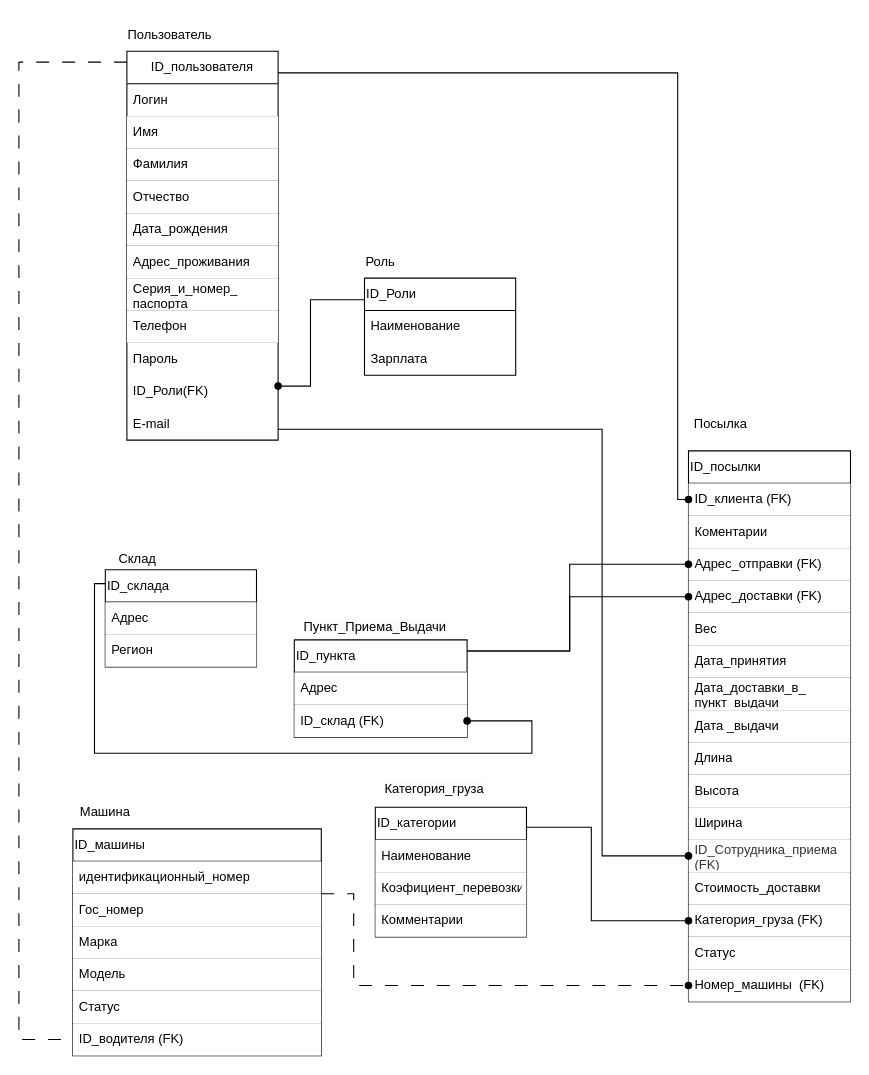
Hromt4ik/kursachHromtsov keeps this draw.io diagram as 20231127_3.drawio. Above is the earlier version. Source tidied: cells renumbered, new cells numbered last; positions are measured from the earlier drawing's top-left corner, leaving out a move shared by most shapes. Both pictures are drawn from the tidied source at 108%, with x=0, y=0 at pixel (18, 18).
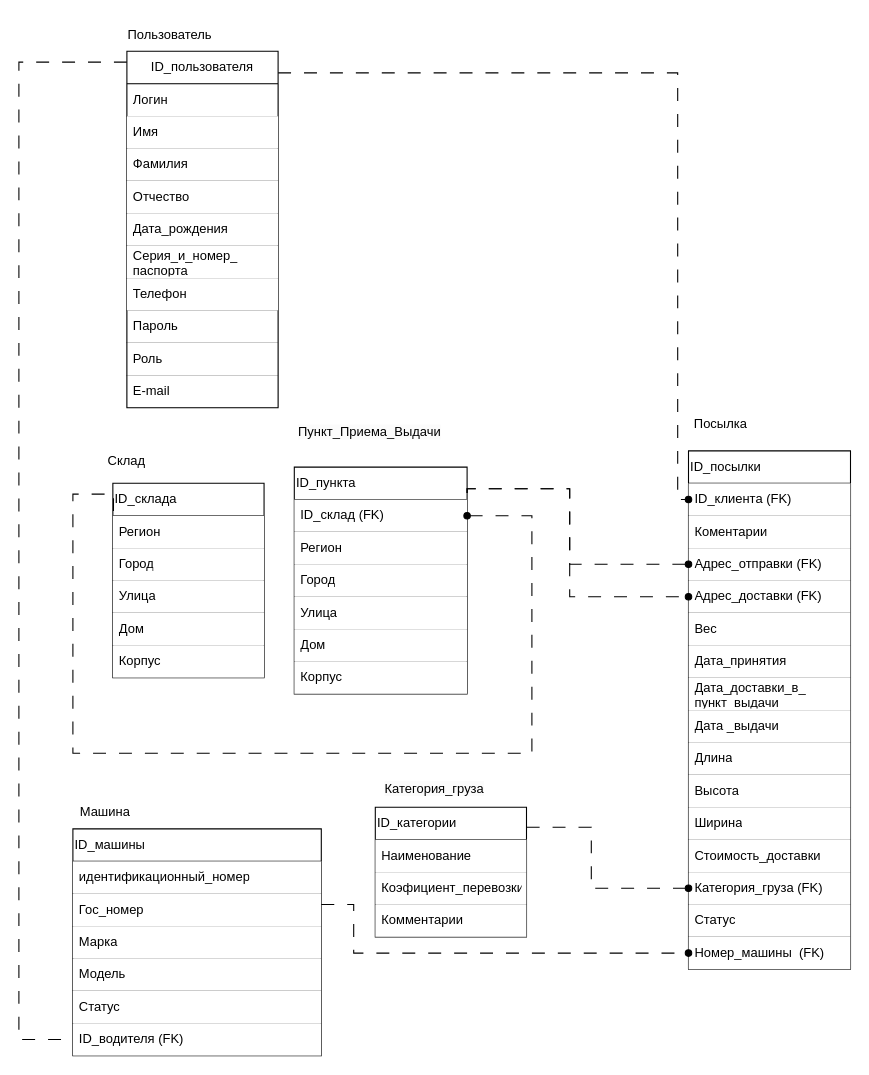
The same page after the edit.

The change refers to these unchanged cells:
```xml
<mxCell id="6" value="ID_клиента (FK)" style="text;strokeColor=#000000;fillColor=#FFFFFF;align=left;verticalAlign=middle;spacingLeft=4;spacingRight=4;overflow=hidden;points=[[0,0.5],[1,0.5]];portConstraint=eastwest;whiteSpace=wrap;html=1;strokeWidth=0;" parent="5" vertex="1">
  <mxGeometry y="30" width="150" height="30" as="geometry" />
</mxCell>
<mxCell id="8" value="Адрес_отправки (FK)" style="text;strokeColor=#000000;fillColor=#FFFFFF;align=left;verticalAlign=middle;spacingLeft=4;spacingRight=4;overflow=hidden;points=[[0,0.5],[1,0.5]];portConstraint=eastwest;whiteSpace=wrap;html=1;strokeWidth=0;" parent="5" vertex="1">
  <mxGeometry y="90" width="150" height="30" as="geometry" />
</mxCell>
<mxCell id="9" value="Адрес_доставки (FK)" style="text;strokeColor=#000000;fillColor=#FFFFFF;align=left;verticalAlign=middle;spacingLeft=4;spacingRight=4;overflow=hidden;points=[[0,0.5],[1,0.5]];portConstraint=eastwest;whiteSpace=wrap;html=1;strokeWidth=0;" parent="5" vertex="1">
  <mxGeometry y="120" width="150" height="30" as="geometry" />
</mxCell>
<mxCell id="25" value="ID_машины" style="swimlane;fontStyle=0;horizontal=1;startSize=30;whiteSpace=wrap;html=1;fillColor=#FFFFFF;strokeColor=#000000;align=left;" parent="1" vertex="1">
  <mxGeometry x="50" y="750" width="230" height="210" as="geometry" />
</mxCell>
<mxCell id="32" value="ID_категории" style="swimlane;fontStyle=0;horizontal=1;startSize=30;whiteSpace=wrap;html=1;fillColor=#FFFFFF;strokeColor=#000000;align=left;" parent="1" vertex="1">
  <mxGeometry x="330" y="730" width="140" height="120" as="geometry" />
</mxCell>
```

The edit, as a diff of the source:
```diff
@@
     <mxCell id="2" value="ID_склада" style="swimlane;fontStyle=0;horizontal=1;startSize=30;whiteSpace=wrap;html=1;fillColor=#FFFFFF;strokeColor=#000000;align=left;" parent="1" vertex="1">
-      <mxGeometry x="80" y="510" width="140" height="90" as="geometry" />
+      <mxGeometry x="87" y="430" width="140" height="180" as="geometry" />
     </mxCell>
-    <mxCell id="3" value="Адрес" style="text;strokeColor=#000000;fillColor=#FFFFFF;align=left;verticalAlign=middle;spacingLeft=4;spacingRight=4;overflow=hidden;whiteSpace=wrap;html=1;strokeWidth=0;" parent="2" vertex="1">
-      <mxGeometry y="30" width="140" height="30" as="geometry" />
-    </mxCell>
     <mxCell id="4" value="Регион" style="text;strokeColor=#000000;fillColor=#FFFFFF;align=left;verticalAlign=middle;spacingLeft=4;spacingRight=4;overflow=hidden;whiteSpace=wrap;html=1;strokeWidth=0;" parent="2" vertex="1">
-      <mxGeometry y="60" width="140" height="30" as="geometry" />
+      <mxGeometry y="30" width="140" height="30" as="geometry" />
     </mxCell>
+    <mxCell id="67" value="Город" style="text;strokeColor=#000000;fillColor=#FFFFFF;align=left;verticalAlign=middle;spacingLeft=4;spacingRight=4;overflow=hidden;whiteSpace=wrap;html=1;strokeWidth=0;" parent="2" vertex="1">
+      <mxGeometry y="60" width="140" height="30" as="geometry" />
+    </mxCell>
+    <mxCell id="68" value="Улица" style="text;strokeColor=#000000;fillColor=#FFFFFF;align=left;verticalAlign=middle;spacingLeft=4;spacingRight=4;overflow=hidden;whiteSpace=wrap;html=1;strokeWidth=0;" parent="2" vertex="1">
+      <mxGeometry y="90" width="140" height="30" as="geometry" />
+    </mxCell>
+    <mxCell id="69" value="Дом" style="text;strokeColor=#000000;fillColor=#FFFFFF;align=left;verticalAlign=middle;spacingLeft=4;spacingRight=4;overflow=hidden;whiteSpace=wrap;html=1;strokeWidth=0;" parent="2" vertex="1">
+      <mxGeometry y="120" width="140" height="30" as="geometry" />
+    </mxCell>
+    <mxCell id="70" value="Корпус" style="text;strokeColor=#000000;fillColor=#FFFFFF;align=left;verticalAlign=middle;spacingLeft=4;spacingRight=4;overflow=hidden;whiteSpace=wrap;html=1;strokeWidth=0;" parent="2" vertex="1">
+      <mxGeometry y="150" width="140" height="30" as="geometry" />
+    </mxCell>
     <mxCell id="5" value="ID_посылки" style="swimlane;fontStyle=0;horizontal=1;startSize=30;whiteSpace=wrap;html=1;strokeColor=#000000;fillColor=#FFFFFF;align=left;" parent="1" vertex="1">
-      <mxGeometry x="620" y="400" width="150" height="510" as="geometry" />
+      <mxGeometry x="620" y="400" width="150" height="480" as="geometry" />
     </mxCell>
@@
-    <mxCell id="17" value="ID_Сотрудника_приема&amp;nbsp; (FK)" style="text;align=left;verticalAlign=middle;spacingLeft=4;spacingRight=4;overflow=hidden;points=[[0,0.5],[1,0.5]];portConstraint=eastwest;whiteSpace=wrap;html=1;strokeWidth=0;fillColor=#FFFFFF;fontColor=#333333;strokeColor=#666666;" parent="5" vertex="1">
-      <mxGeometry y="360" width="150" height="30" as="geometry" />
-    </mxCell>
     <mxCell id="18" value="Стоимость_доставки" style="text;strokeColor=#000000;fillColor=#FFFFFF;align=left;verticalAlign=middle;spacingLeft=4;spacingRight=4;overflow=hidden;whiteSpace=wrap;html=1;strokeWidth=0;" parent="5" vertex="1">
-      <mxGeometry y="390" width="150" height="30" as="geometry" />
+      <mxGeometry y="360" width="150" height="30" as="geometry" />
     </mxCell>
     <mxCell id="19" value="Категория_груза&amp;nbsp;(FK)" style="text;strokeColor=#000000;fillColor=#FFFFFF;align=left;verticalAlign=middle;spacingLeft=4;spacingRight=4;overflow=hidden;points=[[0,0.5],[1,0.5]];portConstraint=eastwest;whiteSpace=wrap;html=1;strokeWidth=0;" parent="5" vertex="1">
-      <mxGeometry y="420" width="150" height="30" as="geometry" />
+      <mxGeometry y="390" width="150" height="30" as="geometry" />
     </mxCell>
     <mxCell id="20" value="Статус" style="text;strokeColor=#000000;fillColor=#FFFFFF;align=left;verticalAlign=middle;spacingLeft=4;spacingRight=4;overflow=hidden;whiteSpace=wrap;html=1;strokeWidth=0;" parent="5" vertex="1">
-      <mxGeometry y="450" width="150" height="30" as="geometry" />
+      <mxGeometry y="420" width="150" height="30" as="geometry" />
     </mxCell>
     <mxCell id="21" value="Номер_машины&amp;nbsp;&amp;nbsp;(FK)" style="text;strokeColor=#000000;fillColor=#FFFFFF;align=left;verticalAlign=middle;spacingLeft=4;spacingRight=4;overflow=hidden;points=[[0,0.5],[1,0.5]];portConstraint=eastwest;whiteSpace=wrap;html=1;strokeWidth=0;" parent="5" vertex="1">
-      <mxGeometry y="480" width="150" height="30" as="geometry" />
+      <mxGeometry y="450" width="150" height="30" as="geometry" />
     </mxCell>
     <mxCell id="22" value="ID_пункта" style="swimlane;fontStyle=0;horizontal=1;startSize=30;whiteSpace=wrap;html=1;fillColor=#FFFFFF;strokeColor=#000000;align=left;" parent="1" vertex="1">
-      <mxGeometry x="255" y="575" width="160" height="90" as="geometry" />
+      <mxGeometry x="255" y="415" width="160" height="210" as="geometry" />
     </mxCell>
-    <mxCell id="23" value="Адрес" style="text;strokeColor=#000000;fillColor=#FFFFFF;align=left;verticalAlign=middle;spacingLeft=4;spacingRight=4;overflow=hidden;whiteSpace=wrap;html=1;strokeWidth=0;" parent="22" vertex="1">
-      <mxGeometry y="30" width="160" height="30" as="geometry" />
-    </mxCell>
     <mxCell id="24" value="ID_склад (FK)" style="text;strokeColor=#000000;fillColor=#FFFFFF;align=left;verticalAlign=middle;spacingLeft=4;spacingRight=4;overflow=hidden;points=[[0,0.5],[1,0.5]];portConstraint=eastwest;whiteSpace=wrap;html=1;strokeWidth=0;" parent="22" vertex="1">
-      <mxGeometry y="60" width="160" height="30" as="geometry" />
+      <mxGeometry y="30" width="160" height="30" as="geometry" />
     </mxCell>
+    <mxCell id="71" value="Регион" style="text;strokeColor=#000000;fillColor=#FFFFFF;align=left;verticalAlign=middle;spacingLeft=4;spacingRight=4;overflow=hidden;whiteSpace=wrap;html=1;strokeWidth=0;" parent="22" vertex="1">
+      <mxGeometry y="60" width="160" height="30" as="geometry" />
+    </mxCell>
+    <mxCell id="72" value="Город" style="text;strokeColor=#000000;fillColor=#FFFFFF;align=left;verticalAlign=middle;spacingLeft=4;spacingRight=4;overflow=hidden;whiteSpace=wrap;html=1;strokeWidth=0;" parent="22" vertex="1">
+      <mxGeometry y="90" width="160" height="30" as="geometry" />
+    </mxCell>
+    <mxCell id="73" value="Улица" style="text;strokeColor=#000000;fillColor=#FFFFFF;align=left;verticalAlign=middle;spacingLeft=4;spacingRight=4;overflow=hidden;whiteSpace=wrap;html=1;strokeWidth=0;" parent="22" vertex="1">
+      <mxGeometry y="120" width="160" height="30" as="geometry" />
+    </mxCell>
+    <mxCell id="74" value="Дом" style="text;strokeColor=#000000;fillColor=#FFFFFF;align=left;verticalAlign=middle;spacingLeft=4;spacingRight=4;overflow=hidden;whiteSpace=wrap;html=1;strokeWidth=0;" parent="22" vertex="1">
+      <mxGeometry y="150" width="160" height="30" as="geometry" />
+    </mxCell>
+    <mxCell id="75" value="Корпус" style="text;strokeColor=#000000;fillColor=#FFFFFF;align=left;verticalAlign=middle;spacingLeft=4;spacingRight=4;overflow=hidden;whiteSpace=wrap;html=1;strokeWidth=0;" parent="22" vertex="1">
+      <mxGeometry y="180" width="160" height="30" as="geometry" />
+    </mxCell>
@@
-    <mxCell id="36" style="edgeStyle=orthogonalEdgeStyle;fontSize=12;html=1;endArrow=oval;startArrow=none;rounded=0;startFill=0;align=left;endFill=1;entryX=0;entryY=0.5;entryDx=0;entryDy=0;fontStyle=1;" parent="1" edge="1" source="49" target="6">
+    <mxCell id="36" style="edgeStyle=orthogonalEdgeStyle;fontSize=12;html=1;endArrow=oval;startArrow=none;rounded=0;startFill=0;align=left;endFill=1;entryX=0;entryY=0.5;entryDx=0;entryDy=0;fontStyle=1;dashed=1;dashPattern=12 12;" parent="1" edge="1" source="49" target="6">
       <mxGeometry relative="1" as="geometry">
         <Array as="points">
           <mxPoint x="610" y="50" />
           <mxPoint x="610" y="445" />
         </Array>
       </mxGeometry>
     </mxCell>
-    <mxCell id="37" style="edgeStyle=orthogonalEdgeStyle;fontSize=12;html=1;endArrow=oval;startArrow=none;rounded=0;exitX=1.001;exitY=0.154;exitDx=0;exitDy=0;align=left;startFill=0;endFill=1;exitPerimeter=0;" parent="1" edge="1" source="32" target="19">
+    <mxCell id="37" style="edgeStyle=orthogonalEdgeStyle;fontSize=12;html=1;endArrow=oval;startArrow=none;rounded=0;exitX=1.001;exitY=0.154;exitDx=0;exitDy=0;align=left;startFill=0;endFill=1;exitPerimeter=0;dashed=1;dashPattern=12 12;" parent="1" edge="1" source="32" target="19">
       <mxGeometry relative="1" as="geometry">
         <Array as="points">
           <mxPoint x="530" y="749" />
-          <mxPoint x="530" y="835" />
+          <mxPoint x="530" y="805" />
         </Array>
       </mxGeometry>
     </mxCell>
-    <mxCell id="38" style="edgeStyle=orthogonalEdgeStyle;fontSize=12;html=1;endArrow=oval;startArrow=none;rounded=0;align=left;startFill=0;endFill=1;exitX=1;exitY=0.114;exitDx=0;exitDy=0;exitPerimeter=0;" parent="1" edge="1" source="22" target="8">
+    <mxCell id="38" style="edgeStyle=orthogonalEdgeStyle;fontSize=12;html=1;endArrow=oval;startArrow=none;rounded=0;align=left;startFill=0;endFill=1;exitX=1;exitY=0.114;exitDx=0;exitDy=0;exitPerimeter=0;dashed=1;dashPattern=12 12;" parent="1" edge="1" source="22" target="8">
       <mxGeometry relative="1" as="geometry">
         <Array as="points">
-          <mxPoint x="510" y="585" />
+          <mxPoint x="510" y="435" />
           <mxPoint x="510" y="505" />
         </Array>
       </mxGeometry>
     </mxCell>
-    <mxCell id="39" style="edgeStyle=orthogonalEdgeStyle;fontSize=12;html=1;endArrow=oval;startArrow=none;rounded=0;entryX=0;entryY=0.5;entryDx=0;entryDy=0;exitX=1;exitY=0.114;exitDx=0;exitDy=0;align=left;startFill=0;endFill=1;exitPerimeter=0;" parent="1" edge="1" source="22" target="9">
+    <mxCell id="39" style="edgeStyle=orthogonalEdgeStyle;fontSize=12;html=1;endArrow=oval;startArrow=none;rounded=0;entryX=0;entryY=0.5;entryDx=0;entryDy=0;exitX=1;exitY=0.114;exitDx=0;exitDy=0;align=left;startFill=0;endFill=1;exitPerimeter=0;dashed=1;dashPattern=12 12;" parent="1" edge="1" source="22" target="9">
       <mxGeometry relative="1" as="geometry">
         <Array as="points">
-          <mxPoint x="510" y="585" />
+          <mxPoint x="510" y="435" />
           <mxPoint x="510" y="535" />
         </Array>
       </mxGeometry>
     </mxCell>
-    <mxCell id="40" style="edgeStyle=orthogonalEdgeStyle;fontSize=12;html=1;endArrow=oval;startArrow=none;rounded=0;entryX=1;entryY=0.5;entryDx=0;entryDy=0;align=left;startFill=0;endFill=1;exitX=0.004;exitY=0.143;exitDx=0;exitDy=0;exitPerimeter=0;" parent="1" edge="1" source="2" target="24">
+    <mxCell id="40" style="edgeStyle=orthogonalEdgeStyle;fontSize=12;html=1;endArrow=oval;startArrow=none;rounded=0;entryX=1;entryY=0.5;entryDx=0;entryDy=0;align=left;startFill=0;endFill=1;exitX=0.004;exitY=0.143;exitDx=0;exitDy=0;exitPerimeter=0;dashed=1;dashPattern=12 12;" parent="1" edge="1" source="2" target="24">
       <mxGeometry relative="1" as="geometry">
         <Array as="points">
-          <mxPoint x="70" y="523" />
-          <mxPoint x="70" y="680" />
+          <mxPoint x="88" y="440" />
+          <mxPoint x="50" y="440" />
+          <mxPoint x="50" y="680" />
           <mxPoint x="475" y="680" />
-          <mxPoint x="475" y="650" />
+          <mxPoint x="475" y="460" />
         </Array>
       </mxGeometry>
     </mxCell>
@@
     <mxCell id="43" value="Склад" style="text;html=1;strokeColor=none;fillColor=none;align=center;verticalAlign=middle;whiteSpace=wrap;rounded=0;" parent="1" vertex="1">
-      <mxGeometry x="80" y="490" width="60" height="20" as="geometry" />
+      <mxGeometry x="70" y="400" width="60" height="20" as="geometry" />
     </mxCell>
@@
     <mxCell id="45" value="&lt;br&gt;&lt;span style=&quot;color: rgb(0, 0, 0); font-family: Helvetica; font-size: 12px; font-style: normal; font-variant-ligatures: normal; font-variant-caps: normal; font-weight: 400; letter-spacing: normal; orphans: 2; text-align: left; text-indent: 0px; text-transform: none; widows: 2; word-spacing: 0px; -webkit-text-stroke-width: 0px; background-color: rgb(251, 251, 251); text-decoration-thickness: initial; text-decoration-style: initial; text-decoration-color: initial; float: none; display: inline !important;&quot;&gt;Пункт_Приема_Выдачи&lt;/span&gt;&lt;br&gt;" style="text;html=1;strokeColor=none;fillColor=none;align=center;verticalAlign=middle;whiteSpace=wrap;rounded=0;" parent="1" vertex="1">
-      <mxGeometry x="240" y="540" width="180" height="30" as="geometry" />
+      <mxGeometry x="235" y="360" width="180" height="30" as="geometry" />
     </mxCell>
@@
     <mxCell id="47" style="endArrow=oval;html=1;rounded=0;align=left;endFill=1;dashed=1;dashPattern=12 12;edgeStyle=orthogonalEdgeStyle;" parent="1" edge="1" source="25" target="21">
       <mxGeometry relative="1" as="geometry">
         <Array as="points">
-          <mxPoint x="310" y="810" />
-          <mxPoint x="310" y="895" />
+          <mxPoint x="310" y="820" />
+          <mxPoint x="310" y="865" />
         </Array>
       </mxGeometry>
     </mxCell>
-    <mxCell id="48" style="edgeStyle=orthogonalEdgeStyle;fontSize=12;html=1;endArrow=oval;startArrow=none;rounded=0;align=left;startFill=0;endFill=1;" parent="1" edge="1" source="49" target="17">
-      <mxGeometry relative="1" as="geometry">
-        <Array as="points">
-          <mxPoint x="170" y="380" />
-          <mxPoint x="540" y="380" />
-          <mxPoint x="540" y="775" />
-        </Array>
-      </mxGeometry>
-    </mxCell>
     <mxCell id="49" value="ID_пользователя" style="swimlane;fontStyle=0;horizontal=1;startSize=30;whiteSpace=wrap;html=1;fillColor=#FFFFFF;" parent="1" vertex="1">
-      <mxGeometry x="100" y="30" width="140" height="360" as="geometry" />
+      <mxGeometry x="100" y="30" width="140" height="330" as="geometry" />
     </mxCell>
-    <mxCell id="50" value="Логин" style="text;strokeColor=none;fillColor=none;align=left;verticalAlign=middle;spacingLeft=4;spacingRight=4;overflow=hidden;whiteSpace=wrap;html=1;" parent="49" vertex="1">
+    <mxCell id="50" value="Логин" style="text;strokeColor=default;fillColor=none;align=left;verticalAlign=middle;spacingLeft=4;spacingRight=4;overflow=hidden;whiteSpace=wrap;html=1;strokeWidth=0;" parent="49" vertex="1">
       <mxGeometry y="30" width="140" height="30" as="geometry" />
     </mxCell>
-    <mxCell id="51" value="Имя" style="text;strokeColor=#000000;fillColor=#FFFFFF;align=left;verticalAlign=middle;spacingLeft=4;spacingRight=4;overflow=hidden;whiteSpace=wrap;html=1;strokeWidth=0;" parent="49" vertex="1">
+    <mxCell id="51" value="Имя" style="text;strokeColor=default;fillColor=#FFFFFF;align=left;verticalAlign=middle;spacingLeft=4;spacingRight=4;overflow=hidden;whiteSpace=wrap;html=1;strokeWidth=0;" parent="49" vertex="1">
       <mxGeometry y="60" width="140" height="30" as="geometry" />
     </mxCell>
-    <mxCell id="52" value="Фамилия" style="text;strokeColor=#000000;fillColor=#FFFFFF;align=left;verticalAlign=middle;spacingLeft=4;spacingRight=4;overflow=hidden;whiteSpace=wrap;html=1;strokeWidth=0;" parent="49" vertex="1">
+    <mxCell id="52" value="Фамилия" style="text;strokeColor=default;fillColor=#FFFFFF;align=left;verticalAlign=middle;spacingLeft=4;spacingRight=4;overflow=hidden;whiteSpace=wrap;html=1;strokeWidth=0;" parent="49" vertex="1">
       <mxGeometry y="90" width="140" height="30" as="geometry" />
     </mxCell>
-    <mxCell id="53" value="Отчество" style="text;strokeColor=#000000;fillColor=#FFFFFF;align=left;verticalAlign=middle;spacingLeft=4;spacingRight=4;overflow=hidden;whiteSpace=wrap;html=1;strokeWidth=0;" parent="49" vertex="1">
+    <mxCell id="53" value="Отчество" style="text;strokeColor=default;fillColor=#FFFFFF;align=left;verticalAlign=middle;spacingLeft=4;spacingRight=4;overflow=hidden;whiteSpace=wrap;html=1;strokeWidth=0;" parent="49" vertex="1">
       <mxGeometry y="120" width="140" height="30" as="geometry" />
     </mxCell>
-    <mxCell id="54" value="Дата_рождения" style="text;strokeColor=#000000;fillColor=#FFFFFF;align=left;verticalAlign=middle;spacingLeft=4;spacingRight=4;overflow=hidden;whiteSpace=wrap;html=1;strokeWidth=0;" parent="49" vertex="1">
+    <mxCell id="54" value="Дата_рождения" style="text;strokeColor=default;fillColor=#FFFFFF;align=left;verticalAlign=middle;spacingLeft=4;spacingRight=4;overflow=hidden;whiteSpace=wrap;html=1;strokeWidth=0;" parent="49" vertex="1">
       <mxGeometry y="150" width="140" height="30" as="geometry" />
     </mxCell>
-    <mxCell id="55" value="Адрес_проживания" style="text;strokeColor=#000000;fillColor=#FFFFFF;align=left;verticalAlign=middle;spacingLeft=4;spacingRight=4;overflow=hidden;whiteSpace=wrap;html=1;strokeWidth=0;" parent="49" vertex="1">
-      <mxGeometry y="180" width="140" height="30" as="geometry" />
-    </mxCell>
-    <mxCell id="56" value="Серия_и_номер_&lt;br&gt;паспорта" style="text;strokeColor=#000000;fillColor=#FFFFFF;align=left;verticalAlign=middle;spacingLeft=4;spacingRight=4;overflow=hidden;whiteSpace=wrap;html=1;strokeWidth=0;" parent="49" vertex="1">
-      <mxGeometry y="210" width="140" height="30" as="geometry" />
+    <mxCell id="56" value="Серия_и_номер_&lt;br&gt;паспорта" style="text;strokeColor=default;fillColor=#FFFFFF;align=left;verticalAlign=middle;spacingLeft=4;spacingRight=4;overflow=hidden;whiteSpace=wrap;html=1;strokeWidth=0;" parent="49" vertex="1">
+      <mxGeometry y="180" width="140" height="30" as="geometry" />
     </mxCell>
-    <mxCell id="57" value="Телефон" style="text;strokeColor=#000000;fillColor=#FFFFFF;align=left;verticalAlign=middle;spacingLeft=4;spacingRight=4;overflow=hidden;whiteSpace=wrap;html=1;strokeWidth=0;" parent="49" vertex="1">
-      <mxGeometry y="240" width="140" height="30" as="geometry" />
+    <mxCell id="57" value="Телефон" style="text;strokeColor=default;fillColor=#FFFFFF;align=left;verticalAlign=middle;spacingLeft=4;spacingRight=4;overflow=hidden;whiteSpace=wrap;html=1;strokeWidth=0;" parent="49" vertex="1">
+      <mxGeometry y="210" width="140" height="30" as="geometry" />
     </mxCell>
-    <mxCell id="58" value="Пароль" style="text;strokeColor=none;fillColor=none;align=left;verticalAlign=middle;spacingLeft=4;spacingRight=4;overflow=hidden;whiteSpace=wrap;html=1;" parent="49" vertex="1">
-      <mxGeometry y="270" width="140" height="30" as="geometry" />
+    <mxCell id="58" value="Пароль" style="text;strokeColor=default;fillColor=none;align=left;verticalAlign=middle;spacingLeft=4;spacingRight=4;overflow=hidden;whiteSpace=wrap;html=1;strokeWidth=0;" parent="49" vertex="1">
+      <mxGeometry y="240" width="140" height="30" as="geometry" />
     </mxCell>
-    <mxCell id="59" value="ID_Роли(FK)" style="text;strokeColor=none;fillColor=none;align=left;verticalAlign=middle;spacingLeft=4;spacingRight=4;overflow=hidden;points=[[0,0.5],[1,0.5]];portConstraint=eastwest;whiteSpace=wrap;html=1;" parent="49" vertex="1">
-      <mxGeometry y="300" width="140" height="30" as="geometry" />
+    <mxCell id="59" value="Роль" style="text;strokeColor=default;fillColor=none;align=left;verticalAlign=middle;spacingLeft=4;spacingRight=4;overflow=hidden;points=[[0,0.5],[1,0.5]];portConstraint=eastwest;whiteSpace=wrap;html=1;strokeWidth=0;" parent="49" vertex="1">
+      <mxGeometry y="270" width="140" height="30" as="geometry" />
     </mxCell>
-    <mxCell id="60" value="E-mail" style="text;strokeColor=none;fillColor=none;align=left;verticalAlign=middle;spacingLeft=4;spacingRight=4;overflow=hidden;whiteSpace=wrap;html=1;" parent="49" vertex="1">
-      <mxGeometry y="330" width="140" height="30" as="geometry" />
+    <mxCell id="60" value="E-mail" style="text;strokeColor=default;fillColor=none;align=left;verticalAlign=middle;spacingLeft=4;spacingRight=4;overflow=hidden;whiteSpace=wrap;html=1;strokeWidth=0;" parent="49" vertex="1">
+      <mxGeometry y="300" width="140" height="30" as="geometry" />
     </mxCell>
@@
-    <mxCell id="62" value="ID_Роли" style="swimlane;fontStyle=0;horizontal=1;startSize=30;whiteSpace=wrap;html=1;align=left;" parent="1" vertex="1">
-      <mxGeometry x="320" y="240" width="140" height="90" as="geometry" />
-    </mxCell>
-    <mxCell id="63" value="Наименование" style="text;strokeColor=none;fillColor=none;align=left;verticalAlign=middle;spacingLeft=4;spacingRight=4;overflow=hidden;whiteSpace=wrap;html=1;" parent="62" vertex="1">
-      <mxGeometry y="30" width="140" height="30" as="geometry" />
-    </mxCell>
-    <mxCell id="64" value="Зарплата" style="text;strokeColor=none;fillColor=none;align=left;verticalAlign=middle;spacingLeft=4;spacingRight=4;overflow=hidden;whiteSpace=wrap;html=1;" parent="62" vertex="1">
-      <mxGeometry y="60" width="140" height="30" as="geometry" />
-    </mxCell>
-    <mxCell id="65" style="edgeStyle=orthogonalEdgeStyle;fontSize=12;html=1;endArrow=none;startArrow=oval;rounded=0;startFill=1;align=left;endFill=0;fontStyle=1;" parent="1" edge="1" source="59" target="62">
-      <mxGeometry relative="1" as="geometry">
-        <Array as="points">
-          <mxPoint x="270" y="340" />
-          <mxPoint x="270" y="260" />
-        </Array>
-      </mxGeometry>
-    </mxCell>
-    <mxCell id="66" value="Роль" style="text;html=1;strokeColor=none;fillColor=none;align=center;verticalAlign=middle;whiteSpace=wrap;rounded=0;" parent="1" vertex="1">
-      <mxGeometry x="290" y="210" width="90" height="30" as="geometry" />
-    </mxCell>
```
